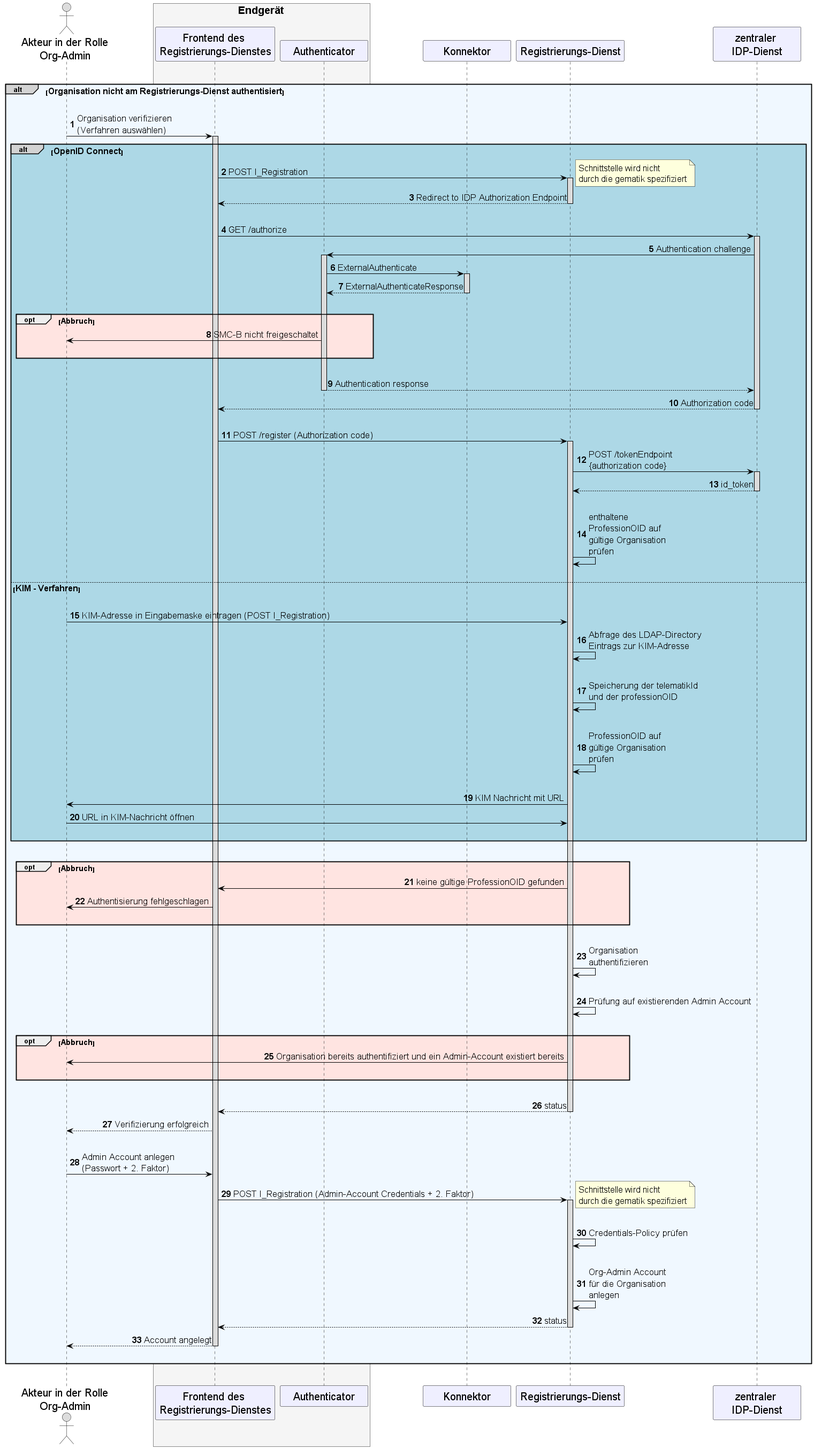
This is images/diagrams/TI-Messenger-Dienst/Ressourcen/UC_10103_Seq.png from gematik/api-ti-messenger, a PlantUML export, as it was before one commit.
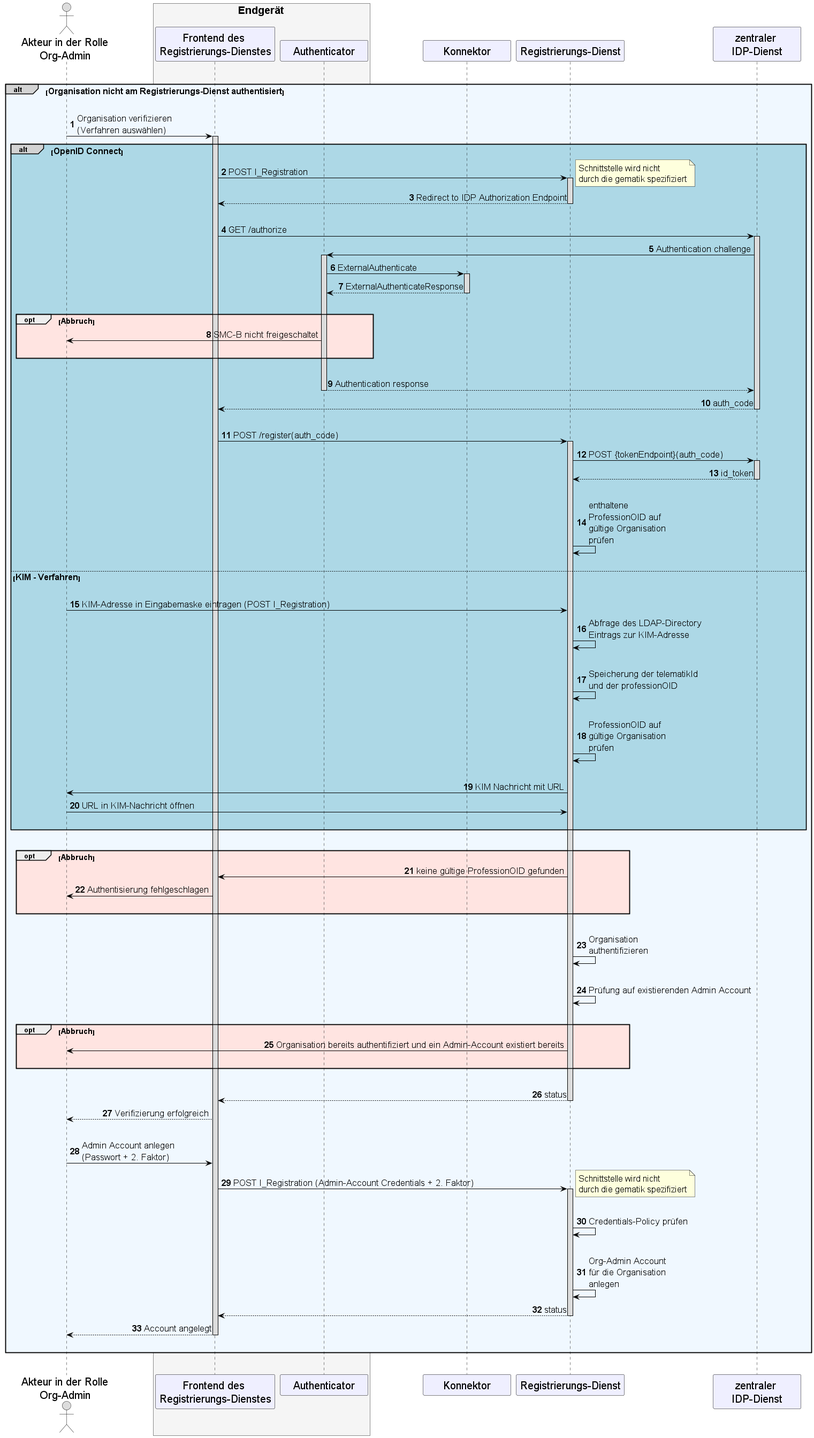
The same file after the commit.

Commit message:
updated endpoint and auth code param

Diff of the diagram source:
```diff
@@ -65,12 +65,12 @@
         |||
         au -->ip: Authentication response
           deactivate au
-        ip --> wb: Authorization code
+        ip --> wb: auth_code
           deactivate ip
         |||
-        wb -> rd: POST /register (Authorization code)
+        wb -> rd: POST /register(auth_code)
           activate rd
-        rd -> ip: POST /tokenEndpoint\n{authorization code}
+        rd -> ip: POST {tokenEndpoint}(auth_code)
           activate ip
         ip --> rd: id_token
           deactivate ip
```
